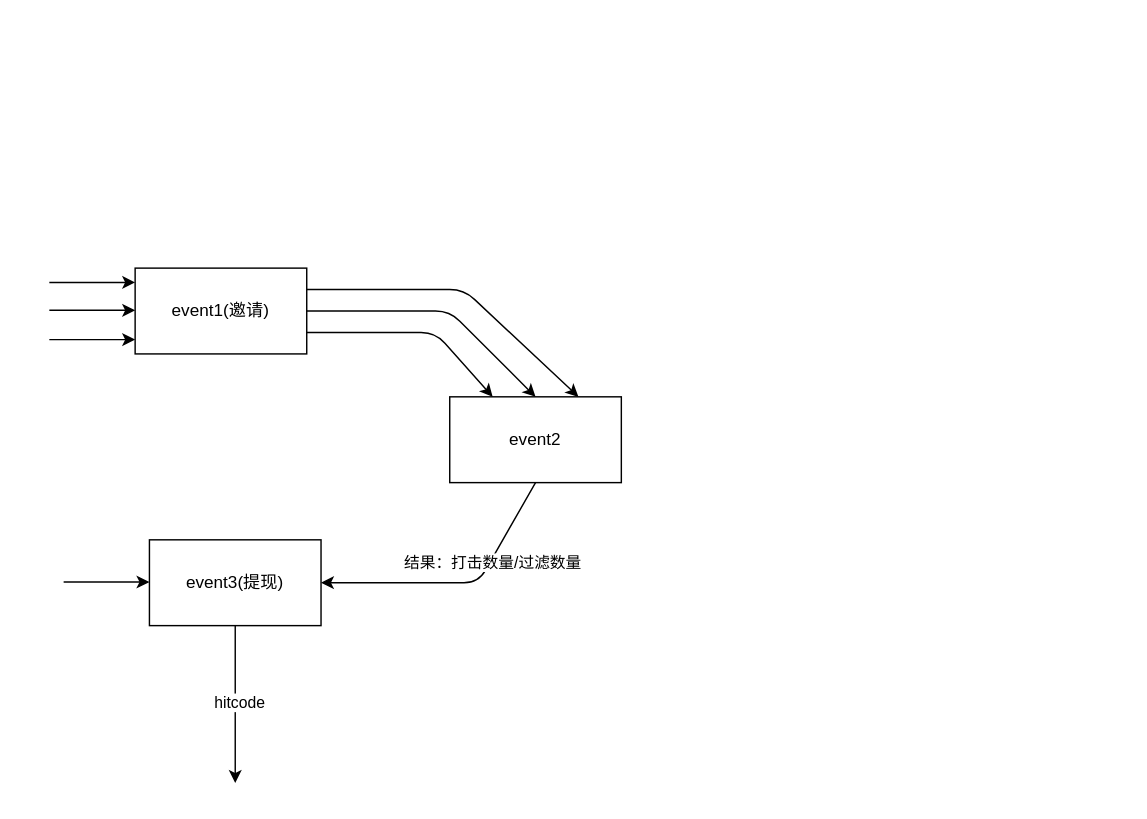
learn2Pro/draw_io_save keeps this draw.io diagram as event_3.drawio. Above is the earlier version. Source tidied: cells renumbered, new cells numbered last; positions are measured from the earlier drawing's top-left corner, leaving out a move shared by most shapes. Both pictures are drawn from the tidied source at 143%, with x=0, y=0 at pixel (49, 267).
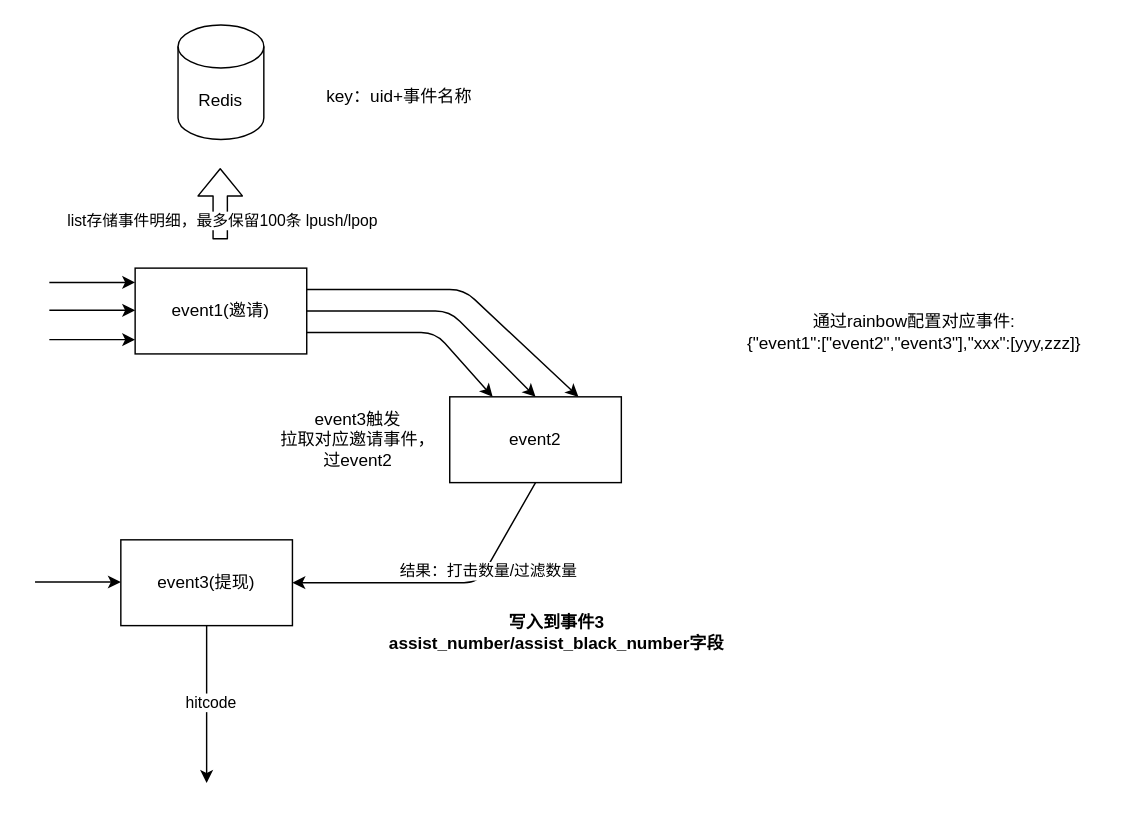
The same page after the edit.

Diff of the diagram source:
```diff
@@
     <mxCell id="3" value="event3(提现)" style="rounded=0;whiteSpace=wrap;html=1;" parent="1" vertex="1">
-      <mxGeometry x="70" y="190" width="120" height="60" as="geometry" />
+      <mxGeometry x="50" y="190" width="120" height="60" as="geometry" />
     </mxCell>
@@
     <mxCell id="11" style="endArrow=classic;html=1;" parent="1" edge="1">
       <mxGeometry relative="1" as="geometry">
-        <mxPoint x="10" y="219.5" as="sourcePoint" />
-        <mxPoint x="70" y="219.5" as="targetPoint" />
+        <mxPoint x="-10" y="219.5" as="sourcePoint" />
+        <mxPoint x="50" y="219.5" as="targetPoint" />
       </mxGeometry>
     </mxCell>
@@
     <mxCell id="14" style="endArrow=classic;html=1;exitX=0.5;exitY=1;exitDx=0;exitDy=0;" parent="1" edge="1" source="3">
       <mxGeometry relative="1" as="geometry">
-        <mxPoint x="130" y="360" as="targetPoint" />
+        <mxPoint x="110" y="360" as="targetPoint" />
       </mxGeometry>
     </mxCell>
@@
+    <mxCell id="16" value="Redis" style="shape=cylinder3;whiteSpace=wrap;html=1;boundedLbl=1;backgroundOutline=1;size=15;" parent="1" vertex="1">
+      <mxGeometry x="90" y="-170" width="60" height="80" as="geometry" />
+    </mxCell>
+    <mxCell id="17" style="shape=flexArrow;endArrow=classic;html=1;" parent="1" edge="1">
+      <mxGeometry relative="1" as="geometry">
+        <mxPoint x="119.5" y="-20" as="sourcePoint" />
+        <mxPoint x="119.5" y="-70" as="targetPoint" />
+      </mxGeometry>
+    </mxCell>
+    <mxCell id="18" value="list存储事件明细，最多保留100条 lpush/lpop" style="edgeLabel;html=1;align=center;verticalAlign=middle;" parent="17" vertex="1">
+      <mxGeometry x="-0.44" relative="1" as="geometry">
+        <mxPoint x="1" as="offset" />
+      </mxGeometry>
+    </mxCell>
+    <mxCell id="19" value="key：uid+事件名称" style="text;html=1;strokeColor=none;fillColor=none;align=center;verticalAlign=middle;whiteSpace=wrap;rounded=0;" parent="1" vertex="1">
+      <mxGeometry x="170" y="-130" width="150" height="20" as="geometry" />
+    </mxCell>
+    <mxCell id="20" value="&lt;b&gt;写入到事件3 assist_number/assist_black_number字段&lt;/b&gt;" style="text;html=1;strokeColor=none;fillColor=none;align=center;verticalAlign=middle;whiteSpace=wrap;rounded=0;" parent="1" vertex="1">
+      <mxGeometry x="230" y="230" width="250" height="50" as="geometry" />
+    </mxCell>
+    <mxCell id="21" value="event3触发&lt;br&gt;拉取对应邀请事件，过event2" style="text;html=1;strokeColor=none;fillColor=none;align=center;verticalAlign=middle;whiteSpace=wrap;rounded=0;" parent="1" vertex="1">
+      <mxGeometry x="158" y="90" width="116" height="60" as="geometry" />
+    </mxCell>
+    <mxCell id="22" value="通过rainbow配置对应事件:&lt;br&gt;{&quot;event1&quot;:[&quot;event2&quot;,&quot;event3&quot;],&quot;xxx&quot;:[yyy,zzz]}" style="text;html=1;strokeColor=none;fillColor=none;align=center;verticalAlign=middle;whiteSpace=wrap;rounded=0;" parent="1" vertex="1">
+      <mxGeometry x="460" y="-90" width="290" height="270" as="geometry" />
+    </mxCell>
```
